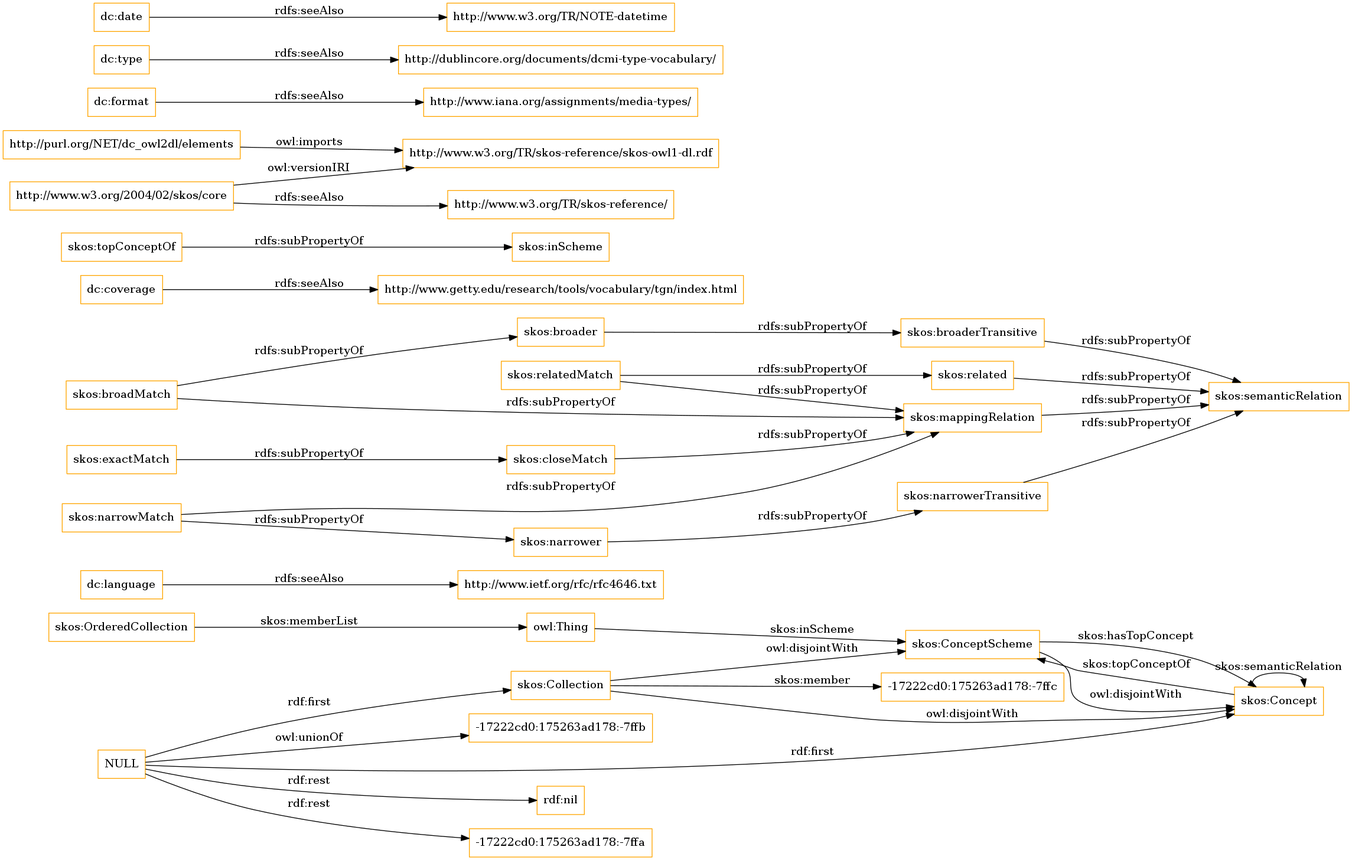
Above: OnToology/imports/elements.owl/diagrams/ar2dtool-class/elements.owl.png in OnToologyUser/core-ontology-1 (Graphviz), before the change. Its source is kept beside it as OnToology/imports/elements.owl/diagrams/ar2dtool-class/elements.owl.png.dot.
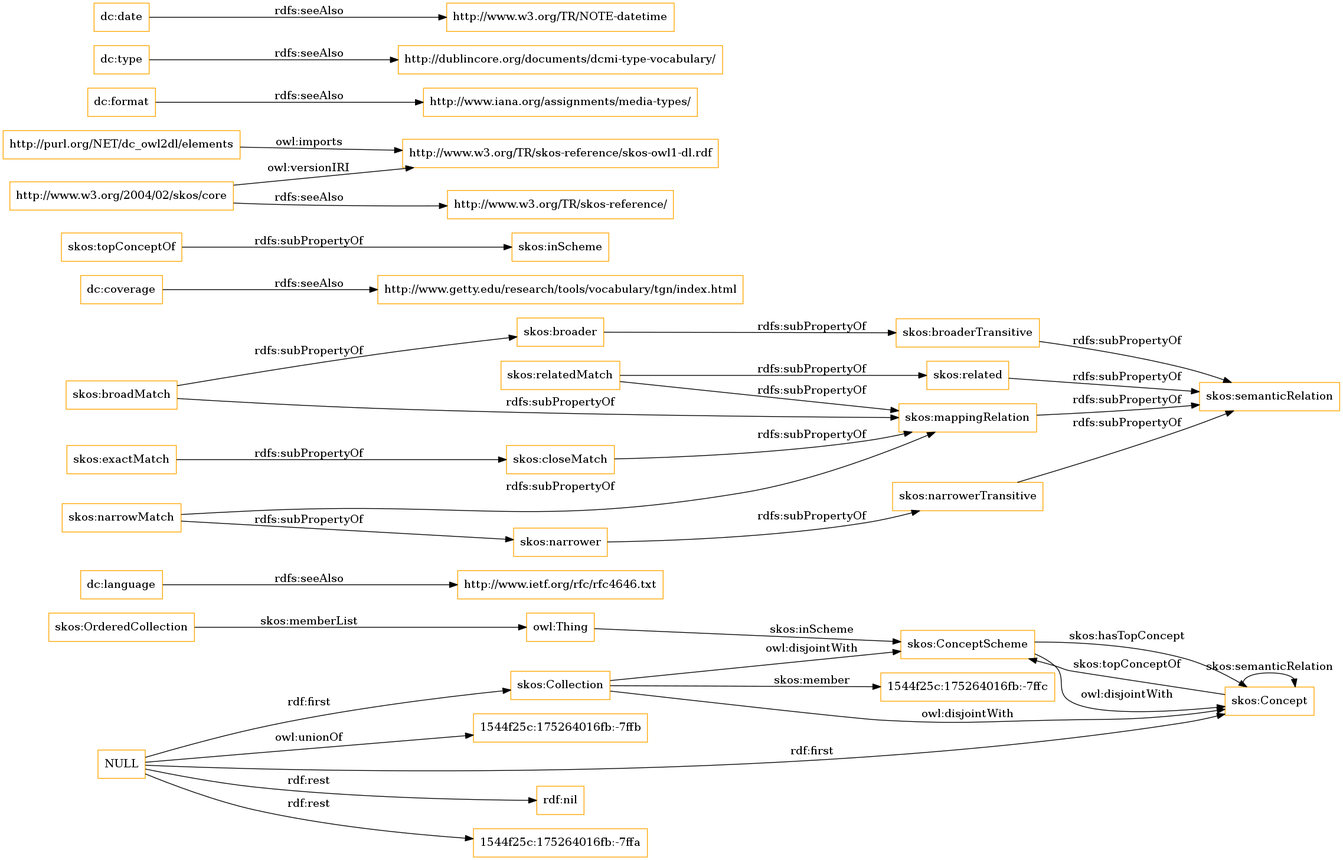
After the commit.

What changed in the source:
```diff
@@ -1,13 +1,13 @@
 digraph ar2dtool_diagram {
 rankdir=LR;
 size="1501"
-node [shape = rectangle, color="orange"]; "-17222cd0:175263ad178:-7ffc" "skos:OrderedCollection" "skos:Collection" "skos:ConceptScheme" "skos:Concept" ; /*classes style*/
+node [shape = rectangle, color="orange"]; "1544f25c:175264016fb:-7ffc" "skos:OrderedCollection" "skos:Collection" "skos:ConceptScheme" "skos:Concept" ; /*classes style*/
 	"dc:language" -> "http://www.ietf.org/rfc/rfc4646.txt" [ label = "rdfs:seeAlso" ];
 	"NULL" -> "rdf:nil" [ label = "rdf:rest" ];
 	"NULL" -> "skos:Collection" [ label = "rdf:first" ];
-	"NULL" -> "-17222cd0:175263ad178:-7ffa" [ label = "rdf:rest" ];
+	"NULL" -> "1544f25c:175264016fb:-7ffa" [ label = "rdf:rest" ];
 	"NULL" -> "skos:Concept" [ label = "rdf:first" ];
-	"NULL" -> "-17222cd0:175263ad178:-7ffb" [ label = "owl:unionOf" ];
+	"NULL" -> "1544f25c:175264016fb:-7ffb" [ label = "owl:unionOf" ];
 	"skos:closeMatch" -> "skos:mappingRelation" [ label = "rdfs:subPropertyOf" ];
 	"dc:coverage" -> "http://www.getty.edu/research/tools/vocabulary/tgn/index.html" [ label = "rdfs:seeAlso" ];
 	"skos:relatedMatch" -> "skos:related" [ label = "rdfs:subPropertyOf" ];
@@ -36,7 +36,7 @@
 	"skos:OrderedCollection" -> "owl:Thing" [ label = "skos:memberList" ];
 	"skos:Concept" -> "skos:ConceptScheme" [ label = "skos:topConceptOf" ];
 	"skos:Concept" -> "skos:Concept" [ label = "skos:semanticRelation" ];
-	"skos:Collection" -> "-17222cd0:175263ad178:-7ffc" [ label = "skos:member" ];
+	"skos:Collection" -> "1544f25c:175264016fb:-7ffc" [ label = "skos:member" ];
 	"skos:ConceptScheme" -> "skos:Concept" [ label = "skos:hasTopConcept" ];
 	"owl:Thing" -> "skos:ConceptScheme" [ label = "skos:inScheme" ];
 
```
